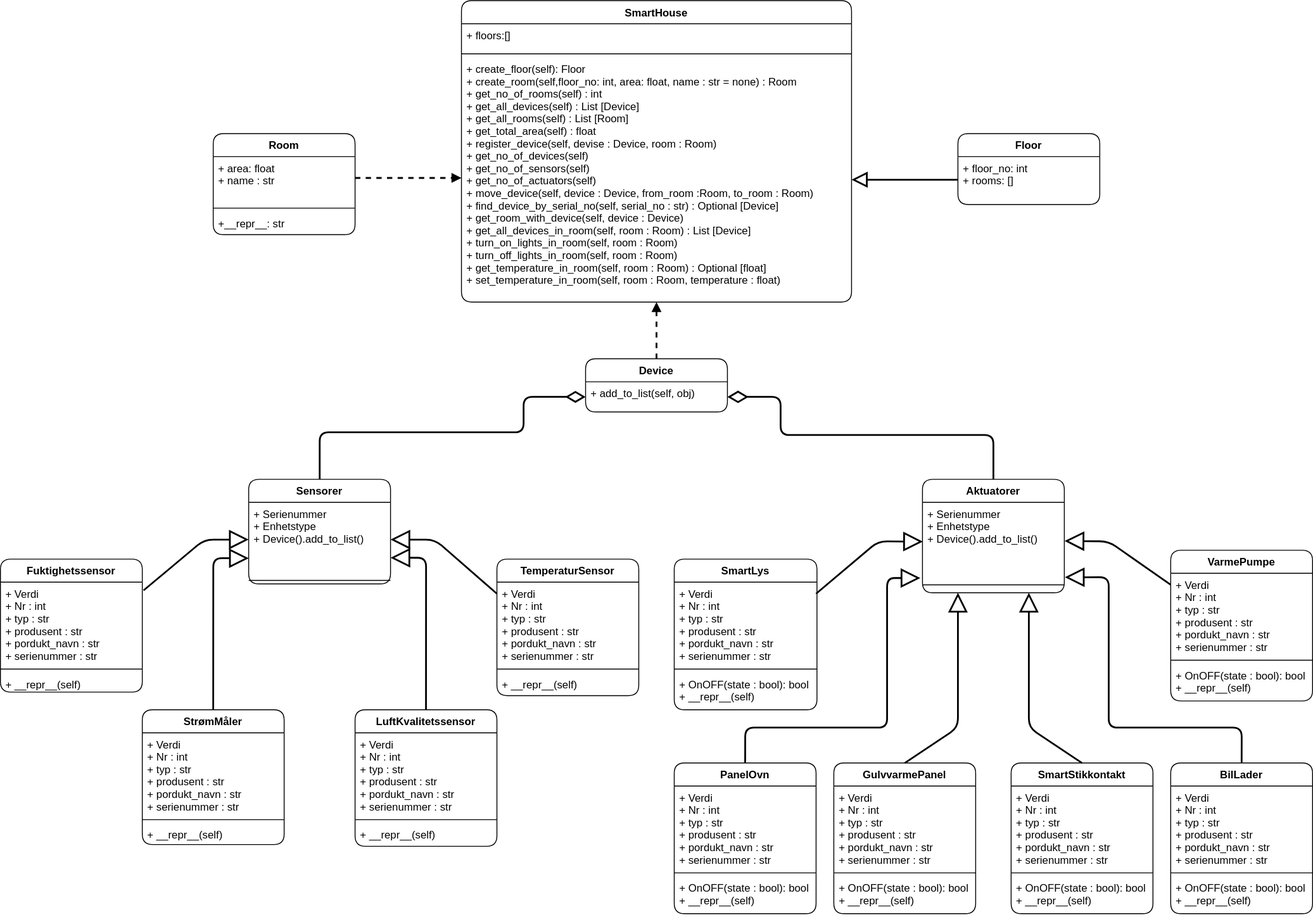
Above: Class_Diagram.drawio.svg in meldew/SImple_Smart_House (draw.io), before the change. Source tidied: cells renumbered, new cells last; positions are measured from the earlier drawing's top-left corner, leaving out a move shared by most shapes.
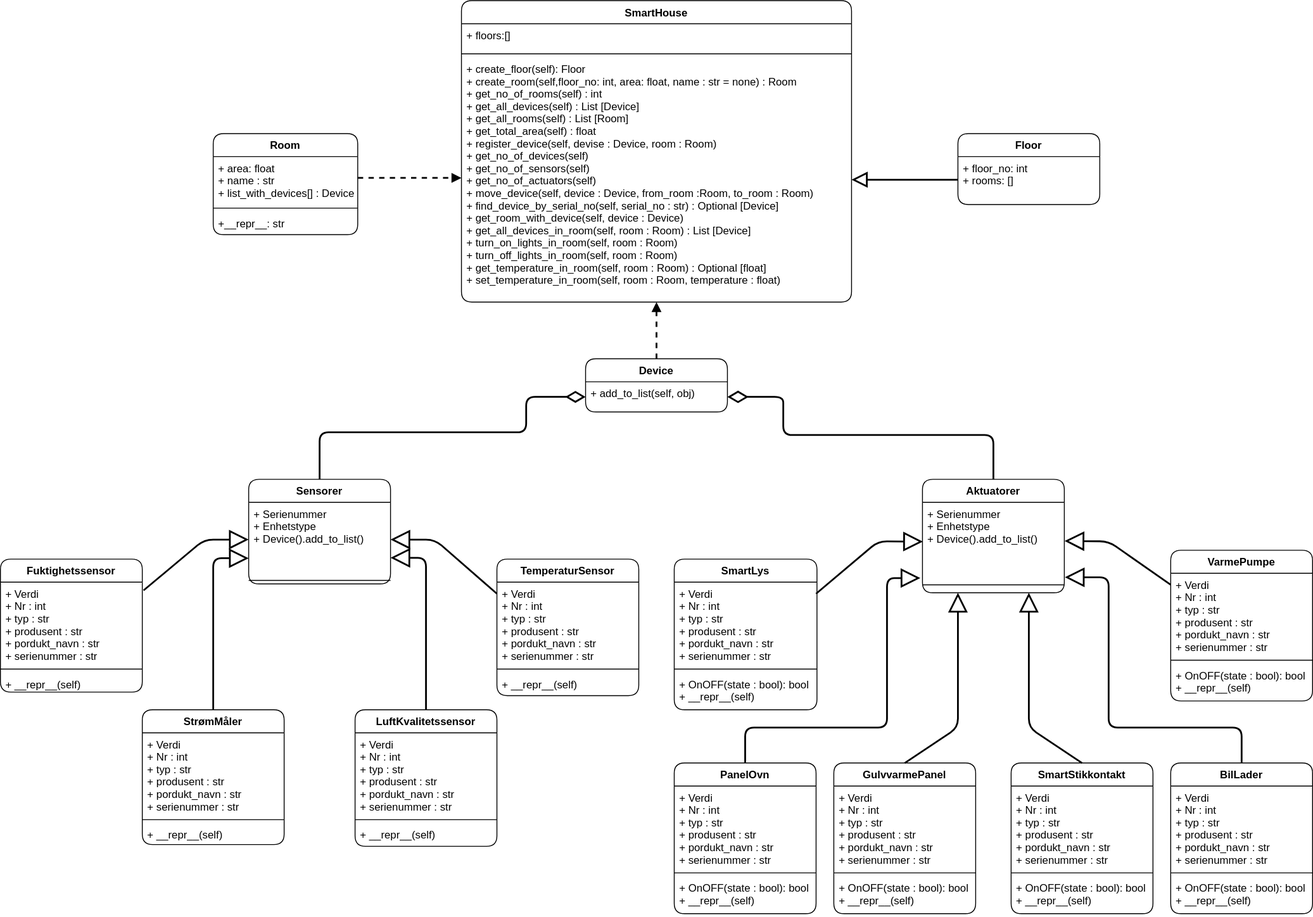
After the change.

Diff of the diagram source:
```diff
@@ -3,16 +3,16 @@
     <mxCell id="0" />
     <mxCell id="1" parent="0" />
     <mxCell id="2" value="Room" style="swimlane;fontStyle=1;align=center;verticalAlign=top;horizontal=1;startSize=26;rounded=1;" parent="1" vertex="1">
-      <mxGeometry x="240" y="150" width="160" height="114" as="geometry" />
+      <mxGeometry x="240" y="150" width="163" height="114" as="geometry" />
     </mxCell>
-    <mxCell id="3" value="+ area: float&#10;+ name : str" style="text;strokeColor=none;fillColor=none;align=left;verticalAlign=top;spacingLeft=4;spacingRight=4;overflow=hidden;points=[[0,0.5],[1,0.5]];portConstraint=eastwest;rounded=1;" parent="2" vertex="1">
-      <mxGeometry y="26" width="160" height="54" as="geometry" />
+    <mxCell id="3" value="+ area: float&#10;+ name : str&#10;+ list_with_devices[] : Device" style="text;strokeColor=none;fillColor=none;align=left;verticalAlign=top;spacingLeft=4;spacingRight=4;overflow=hidden;points=[[0,0.5],[1,0.5]];portConstraint=eastwest;rounded=1;" parent="2" vertex="1">
+      <mxGeometry y="26" width="163" height="54" as="geometry" />
     </mxCell>
     <mxCell id="4" style="line;strokeWidth=1;fillColor=none;align=left;verticalAlign=middle;spacingTop=-1;spacingLeft=3;spacingRight=3;labelPosition=right;strokeColor=inherit;rounded=1;" parent="2" vertex="1">
-      <mxGeometry y="80" width="160" height="8" as="geometry" />
+      <mxGeometry y="80" width="163" height="8" as="geometry" />
     </mxCell>
     <mxCell id="5" value="+__repr__: str" style="text;strokeColor=none;fillColor=none;align=left;verticalAlign=top;spacingLeft=4;spacingRight=4;overflow=hidden;rounded=1;" parent="2" vertex="1">
-      <mxGeometry y="88" width="160" height="26" as="geometry" />
+      <mxGeometry y="88" width="163" height="26" as="geometry" />
     </mxCell>
     <mxCell id="6" value="Floor" style="swimlane;fontStyle=1;align=center;verticalAlign=top;horizontal=1;startSize=26;rounded=1;" parent="1" vertex="1">
       <mxGeometry x="1080" y="150" width="160" height="80" as="geometry" />
@@ -243,8 +243,8 @@
       <mxGeometry relative="1" as="geometry">
         <Array as="points">
           <mxPoint x="360" y="487" />
-          <mxPoint x="590" y="487" />
-          <mxPoint x="590" y="447" />
+          <mxPoint x="593" y="487" />
+          <mxPoint x="593" y="447" />
         </Array>
       </mxGeometry>
     </mxCell>
@@ -253,17 +253,17 @@
         <Array as="points">
           <mxPoint x="1120" y="490" />
           <mxPoint x="1020" y="490" />
-          <mxPoint x="880" y="490" />
-          <mxPoint x="880" y="447" />
+          <mxPoint x="883" y="490" />
+          <mxPoint x="883" y="470" />
+          <mxPoint x="883" y="447" />
         </Array>
       </mxGeometry>
     </mxCell>
     <mxCell id="67" style="html=1;verticalAlign=bottom;labelBackgroundColor=none;endArrow=block;endFill=1;rounded=1;exitX=0.5;exitY=0;exitDx=0;exitDy=0;entryX=0.5;entryY=1;entryDx=0;entryDy=0;entryPerimeter=0;endSize=6;strokeWidth=2;dashed=1;" parent="1" edge="1" source="54" target="11">
       <mxGeometry relative="1" as="geometry" />
     </mxCell>
-    <mxCell id="68" style="html=1;verticalAlign=bottom;labelBackgroundColor=none;endArrow=block;endFill=1;rounded=1;endSize=6;strokeWidth=2;dashed=1;" parent="1" edge="1">
+    <mxCell id="68" style="html=1;verticalAlign=bottom;labelBackgroundColor=none;endArrow=block;endFill=1;rounded=1;endSize=6;strokeWidth=2;dashed=1;exitX=1.001;exitY=0.443;exitDx=0;exitDy=0;exitPerimeter=0;" parent="1" edge="1" source="3">
       <mxGeometry relative="1" as="geometry">
-        <mxPoint x="400" y="200" as="sourcePoint" />
         <mxPoint x="520" y="200" as="targetPoint" />
       </mxGeometry>
     </mxCell>
```
